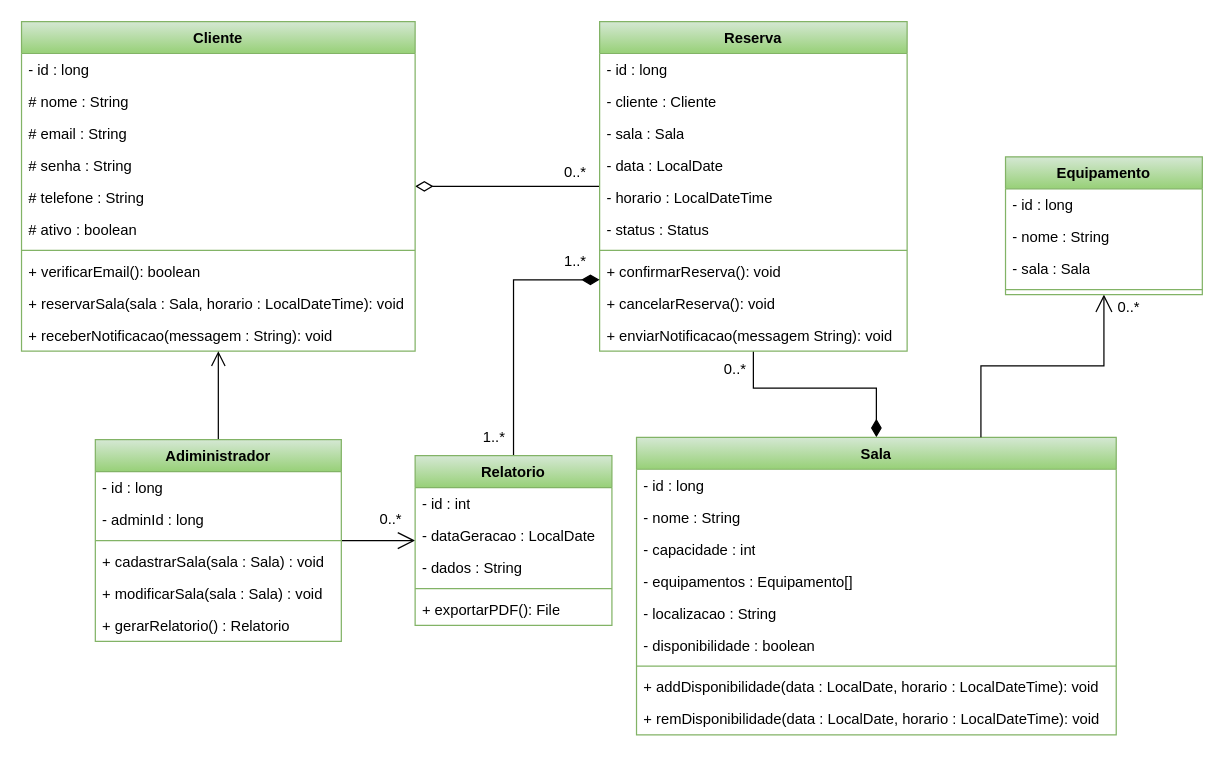
Earlier version of the draw.io diagram documentation/diagrams/DC.drawio (yohanDev6/rrsystem). Source tidied: cells renumbered, new cells numbered last; positions are measured from the earlier drawing's top-left corner, leaving out a move shared by most shapes. Both pictures are drawn from the tidied source at 123%, with x=0, y=0 at pixel (21, 21).
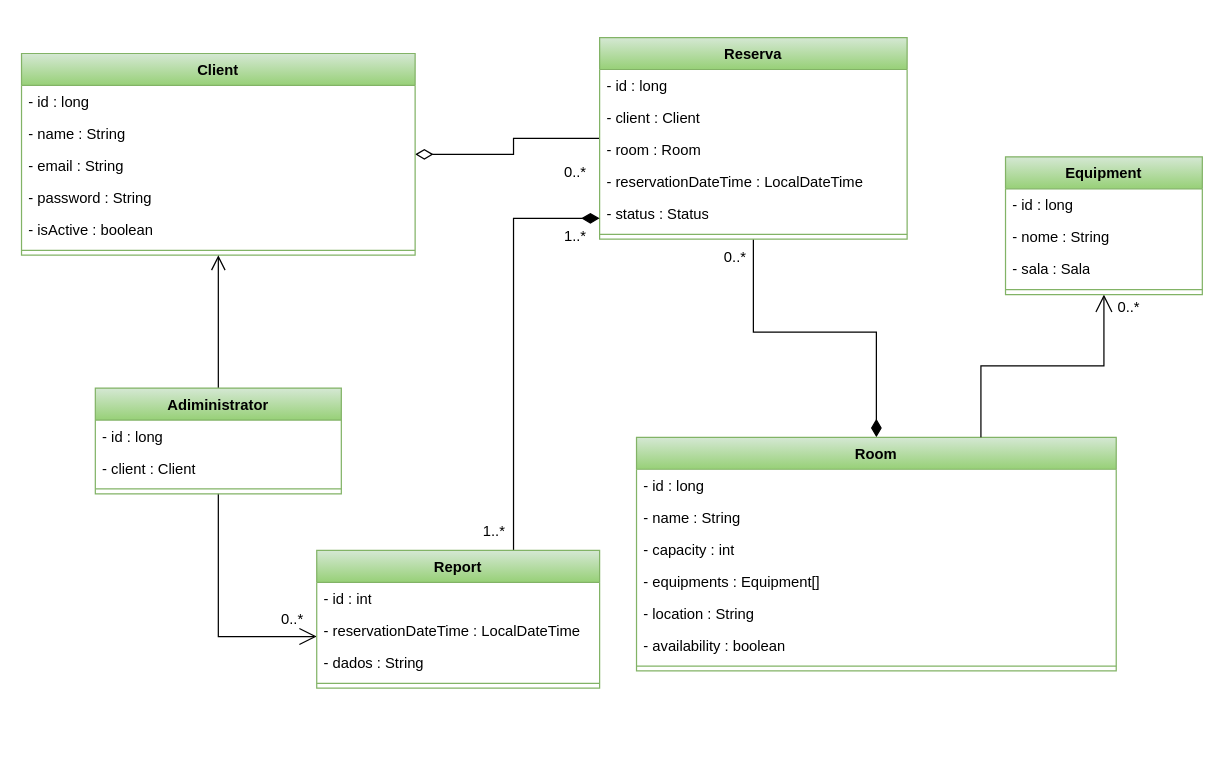
The same diagram, later.

The edit, as a diff of the source:
```diff
@@
-    <mxCell id="3" value="Cliente" style="swimlane;fontStyle=1;align=center;verticalAlign=top;horizontal=1;startSize=26;whiteSpace=wrap;html=1;fillColor=#d5e8d4;gradientColor=#97d077;strokeColor=#82b366;" parent="1" vertex="1">
-      <mxGeometry width="320" height="268" as="geometry" />
+    <mxCell id="3" value="Client" style="swimlane;fontStyle=1;align=center;verticalAlign=top;horizontal=1;startSize=26;whiteSpace=wrap;html=1;fillColor=#d5e8d4;gradientColor=#97d077;strokeColor=#82b366;" parent="1" vertex="1">
+      <mxGeometry y="26" width="320" height="164" as="geometry" />
     </mxCell>
@@
-    <mxCell id="5" value="# nome : String" style="text;strokeColor=none;fillColor=none;align=left;verticalAlign=top;spacingLeft=4;spacingRight=4;overflow=hidden;whiteSpace=wrap;html=1;" parent="3" vertex="1">
+    <mxCell id="5" value="- name : String" style="text;strokeColor=none;fillColor=none;align=left;verticalAlign=top;spacingLeft=4;spacingRight=4;overflow=hidden;whiteSpace=wrap;html=1;" parent="3" vertex="1">
       <mxGeometry y="52" width="320" height="26" as="geometry" />
     </mxCell>
-    <mxCell id="6" value="# email : String" style="text;strokeColor=none;fillColor=none;align=left;verticalAlign=top;spacingLeft=4;spacingRight=4;overflow=hidden;whiteSpace=wrap;html=1;" parent="3" vertex="1">
+    <mxCell id="6" value="- email : String" style="text;strokeColor=none;fillColor=none;align=left;verticalAlign=top;spacingLeft=4;spacingRight=4;overflow=hidden;whiteSpace=wrap;html=1;" parent="3" vertex="1">
       <mxGeometry y="78" width="320" height="26" as="geometry" />
     </mxCell>
-    <mxCell id="7" value="# senha : String" style="text;strokeColor=none;fillColor=none;align=left;verticalAlign=top;spacingLeft=4;spacingRight=4;overflow=hidden;whiteSpace=wrap;html=1;" parent="3" vertex="1">
+    <mxCell id="7" value="- password : String" style="text;strokeColor=none;fillColor=none;align=left;verticalAlign=top;spacingLeft=4;spacingRight=4;overflow=hidden;whiteSpace=wrap;html=1;" parent="3" vertex="1">
       <mxGeometry y="104" width="320" height="26" as="geometry" />
     </mxCell>
-    <mxCell id="8" value="# telefone : String" style="text;strokeColor=none;fillColor=none;align=left;verticalAlign=top;spacingLeft=4;spacingRight=4;overflow=hidden;whiteSpace=wrap;html=1;" parent="3" vertex="1">
-      <mxGeometry y="130" width="320" height="26" as="geometry" />
-    </mxCell>
-    <mxCell id="9" value="# ativo : boolean" style="text;strokeColor=none;fillColor=none;align=left;verticalAlign=top;spacingLeft=4;spacingRight=4;overflow=hidden;whiteSpace=wrap;html=1;" parent="3" vertex="1">
-      <mxGeometry y="156" width="320" height="26" as="geometry" />
+    <mxCell id="9" value="- isActive : boolean" style="text;strokeColor=none;fillColor=none;align=left;verticalAlign=top;spacingLeft=4;spacingRight=4;overflow=hidden;whiteSpace=wrap;html=1;" parent="3" vertex="1">
+      <mxGeometry y="130" width="320" height="26" as="geometry" />
     </mxCell>
     <mxCell id="10" style="line;strokeWidth=1;fillColor=none;align=left;verticalAlign=middle;spacingTop=-1;spacingLeft=3;spacingRight=3;labelPosition=right;strokeColor=inherit;" parent="3" vertex="1">
-      <mxGeometry y="182" width="320" height="8" as="geometry" />
+      <mxGeometry y="156" width="320" height="8" as="geometry" />
     </mxCell>
-    <mxCell id="11" value="+ verificarEmail(): boolean" style="text;strokeColor=none;fillColor=none;align=left;verticalAlign=top;spacingLeft=4;spacingRight=4;overflow=hidden;whiteSpace=wrap;html=1;" parent="3" vertex="1">
-      <mxGeometry y="190" width="320" height="26" as="geometry" />
-    </mxCell>
-    <mxCell id="12" value="+ reservarSala(sala : Sala, horario : LocalDateTime): void" style="text;strokeColor=none;fillColor=none;align=left;verticalAlign=top;spacingLeft=4;spacingRight=4;overflow=hidden;whiteSpace=wrap;html=1;" parent="3" vertex="1">
-      <mxGeometry y="216" width="320" height="26" as="geometry" />
-    </mxCell>
-    <mxCell id="13" value="+ receberNotificacao(messagem : String): void" style="text;strokeColor=none;fillColor=none;align=left;verticalAlign=top;spacingLeft=4;spacingRight=4;overflow=hidden;whiteSpace=wrap;html=1;" parent="3" vertex="1">
-      <mxGeometry y="242" width="320" height="26" as="geometry" />
-    </mxCell>
     <mxCell id="14" style="edgeStyle=orthogonalEdgeStyle;rounded=0;jettySize=auto;html=1;endArrow=open;endFill=0;endSize=12;" parent="1" edge="1" source="16" target="46">
-      <mxGeometry relative="1" as="geometry" />
+      <mxGeometry relative="1" as="geometry">
+        <Array as="points">
+          <mxPoint x="160" y="500" />
+        </Array>
+      </mxGeometry>
     </mxCell>
@@
-    <mxCell id="16" value="Adiministrador" style="swimlane;fontStyle=1;align=center;verticalAlign=top;horizontal=1;startSize=26;whiteSpace=wrap;html=1;fillColor=#d5e8d4;gradientColor=#97d077;strokeColor=#82b366;" parent="1" vertex="1">
-      <mxGeometry x="60" y="340" width="200" height="164" as="geometry" />
+    <mxCell id="16" value="Adiministrat&lt;span style=&quot;background-color: initial;&quot;&gt;or&lt;/span&gt;" style="swimlane;fontStyle=1;align=center;verticalAlign=top;horizontal=1;startSize=26;whiteSpace=wrap;html=1;fillColor=#d5e8d4;gradientColor=#97d077;strokeColor=#82b366;" parent="1" vertex="1">
+      <mxGeometry x="60" y="298" width="200" height="86" as="geometry" />
     </mxCell>
@@
-    <mxCell id="18" value="- adminId : long" style="text;strokeColor=none;fillColor=none;align=left;verticalAlign=top;spacingLeft=4;spacingRight=4;overflow=hidden;whiteSpace=wrap;html=1;" parent="16" vertex="1">
+    <mxCell id="18" value="- client : Client" style="text;strokeColor=none;fillColor=none;align=left;verticalAlign=top;spacingLeft=4;spacingRight=4;overflow=hidden;whiteSpace=wrap;html=1;" parent="16" vertex="1">
       <mxGeometry y="52" width="200" height="26" as="geometry" />
     </mxCell>
@@
-    <mxCell id="20" value="+ cadastrarSala(sala : Sala) : void" style="text;strokeColor=none;fillColor=none;align=left;verticalAlign=top;spacingLeft=4;spacingRight=4;overflow=hidden;whiteSpace=wrap;html=1;" parent="16" vertex="1">
-      <mxGeometry y="86" width="200" height="26" as="geometry" />
-    </mxCell>
-    <mxCell id="21" value="+ modificarSala(sala : Sala) : void" style="text;strokeColor=none;fillColor=none;align=left;verticalAlign=top;spacingLeft=4;spacingRight=4;overflow=hidden;whiteSpace=wrap;html=1;" parent="16" vertex="1">
-      <mxGeometry y="112" width="200" height="26" as="geometry" />
-    </mxCell>
-    <mxCell id="22" value="+ gerarRelatorio() : Relatorio" style="text;strokeColor=none;fillColor=none;align=left;verticalAlign=top;spacingLeft=4;spacingRight=4;overflow=hidden;whiteSpace=wrap;html=1;" parent="16" vertex="1">
-      <mxGeometry y="138" width="200" height="26" as="geometry" />
-    </mxCell>
@@
-    <mxCell id="24" value="Sala" style="swimlane;fontStyle=1;align=center;verticalAlign=top;horizontal=1;startSize=26;whiteSpace=wrap;html=1;fillColor=#d5e8d4;gradientColor=#97d077;strokeColor=#82b366;" parent="1" vertex="1">
-      <mxGeometry x="500" y="338" width="390" height="242" as="geometry" />
+    <mxCell id="24" value="Room" style="swimlane;fontStyle=1;align=center;verticalAlign=top;horizontal=1;startSize=26;whiteSpace=wrap;html=1;fillColor=#d5e8d4;gradientColor=#97d077;strokeColor=#82b366;" parent="1" vertex="1">
+      <mxGeometry x="500" y="338" width="390" height="190" as="geometry" />
     </mxCell>
@@
-    <mxCell id="26" value="- nome : String" style="text;strokeColor=none;fillColor=none;align=left;verticalAlign=top;spacingLeft=4;spacingRight=4;overflow=hidden;whiteSpace=wrap;html=1;" parent="24" vertex="1">
+    <mxCell id="26" value="- name : String" style="text;strokeColor=none;fillColor=none;align=left;verticalAlign=top;spacingLeft=4;spacingRight=4;overflow=hidden;whiteSpace=wrap;html=1;" parent="24" vertex="1">
       <mxGeometry y="52" width="390" height="26" as="geometry" />
     </mxCell>
-    <mxCell id="27" value="- capacidade : int" style="text;strokeColor=none;fillColor=none;align=left;verticalAlign=top;spacingLeft=4;spacingRight=4;overflow=hidden;whiteSpace=wrap;html=1;" parent="24" vertex="1">
+    <mxCell id="27" value="- capacity : int" style="text;strokeColor=none;fillColor=none;align=left;verticalAlign=top;spacingLeft=4;spacingRight=4;overflow=hidden;whiteSpace=wrap;html=1;" parent="24" vertex="1">
       <mxGeometry y="78" width="390" height="26" as="geometry" />
     </mxCell>
-    <mxCell id="28" value="- equipamentos : Equipamento[]" style="text;strokeColor=none;fillColor=none;align=left;verticalAlign=top;spacingLeft=4;spacingRight=4;overflow=hidden;whiteSpace=wrap;html=1;" parent="24" vertex="1">
+    <mxCell id="28" value="- equipments : Equipment[]" style="text;strokeColor=none;fillColor=none;align=left;verticalAlign=top;spacingLeft=4;spacingRight=4;overflow=hidden;whiteSpace=wrap;html=1;" parent="24" vertex="1">
       <mxGeometry y="104" width="390" height="26" as="geometry" />
     </mxCell>
-    <mxCell id="29" value="- localizacao : String" style="text;strokeColor=none;fillColor=none;align=left;verticalAlign=top;spacingLeft=4;spacingRight=4;overflow=hidden;whiteSpace=wrap;html=1;" parent="24" vertex="1">
+    <mxCell id="29" value="- location : String" style="text;strokeColor=none;fillColor=none;align=left;verticalAlign=top;spacingLeft=4;spacingRight=4;overflow=hidden;whiteSpace=wrap;html=1;" parent="24" vertex="1">
       <mxGeometry y="130" width="390" height="26" as="geometry" />
     </mxCell>
-    <mxCell id="30" value="- disponibilidade : boolean" style="text;strokeColor=none;fillColor=none;align=left;verticalAlign=top;spacingLeft=4;spacingRight=4;overflow=hidden;whiteSpace=wrap;html=1;" parent="24" vertex="1">
+    <mxCell id="30" value="- availability : boolean" style="text;strokeColor=none;fillColor=none;align=left;verticalAlign=top;spacingLeft=4;spacingRight=4;overflow=hidden;whiteSpace=wrap;html=1;" parent="24" vertex="1">
       <mxGeometry y="156" width="390" height="26" as="geometry" />
     </mxCell>
@@
-    <mxCell id="32" value="+ addDisponibilidade(data : LocalDate, horario : LocalDateTime): void" style="text;strokeColor=none;fillColor=none;align=left;verticalAlign=top;spacingLeft=4;spacingRight=4;overflow=hidden;whiteSpace=wrap;html=1;" parent="24" vertex="1">
-      <mxGeometry y="190" width="390" height="26" as="geometry" />
-    </mxCell>
-    <mxCell id="33" value="+ remDisponibilidade(data : LocalDate, horario : LocalDateTime): void" style="text;strokeColor=none;fillColor=none;align=left;verticalAlign=top;spacingLeft=4;spacingRight=4;overflow=hidden;whiteSpace=wrap;html=1;" parent="24" vertex="1">
-      <mxGeometry y="216" width="390" height="26" as="geometry" />
-    </mxCell>
     <mxCell id="34" value="Reserva" style="swimlane;fontStyle=1;align=center;verticalAlign=top;horizontal=1;startSize=26;whiteSpace=wrap;html=1;fillColor=#d5e8d4;gradientColor=#97d077;strokeColor=#82b366;" parent="1" vertex="1">
-      <mxGeometry x="470" width="250" height="268" as="geometry" />
+      <mxGeometry x="470" y="13" width="250" height="164" as="geometry" />
     </mxCell>
@@
-    <mxCell id="36" value="- cliente : Cliente" style="text;strokeColor=none;fillColor=none;align=left;verticalAlign=top;spacingLeft=4;spacingRight=4;overflow=hidden;whiteSpace=wrap;html=1;" parent="34" vertex="1">
+    <mxCell id="36" value="- client : Client" style="text;strokeColor=none;fillColor=none;align=left;verticalAlign=top;spacingLeft=4;spacingRight=4;overflow=hidden;whiteSpace=wrap;html=1;" parent="34" vertex="1">
       <mxGeometry y="52" width="250" height="26" as="geometry" />
     </mxCell>
-    <mxCell id="37" value="- sala : Sala" style="text;strokeColor=none;fillColor=none;align=left;verticalAlign=top;spacingLeft=4;spacingRight=4;overflow=hidden;whiteSpace=wrap;html=1;" parent="34" vertex="1">
+    <mxCell id="37" value="- room : Room" style="text;strokeColor=none;fillColor=none;align=left;verticalAlign=top;spacingLeft=4;spacingRight=4;overflow=hidden;whiteSpace=wrap;html=1;" parent="34" vertex="1">
       <mxGeometry y="78" width="250" height="26" as="geometry" />
     </mxCell>
-    <mxCell id="38" value="- data : LocalDate" style="text;strokeColor=none;fillColor=none;align=left;verticalAlign=top;spacingLeft=4;spacingRight=4;overflow=hidden;whiteSpace=wrap;html=1;" parent="34" vertex="1">
+    <mxCell id="38" value="- reservationDateTime : LocalDateTime" style="text;strokeColor=none;fillColor=none;align=left;verticalAlign=top;spacingLeft=4;spacingRight=4;overflow=hidden;whiteSpace=wrap;html=1;" parent="34" vertex="1">
       <mxGeometry y="104" width="250" height="26" as="geometry" />
     </mxCell>
-    <mxCell id="39" value="- horario : LocalDateTime" style="text;strokeColor=none;fillColor=none;align=left;verticalAlign=top;spacingLeft=4;spacingRight=4;overflow=hidden;whiteSpace=wrap;html=1;" parent="34" vertex="1">
-      <mxGeometry y="130" width="250" height="26" as="geometry" />
-    </mxCell>
     <mxCell id="40" value="- status : Status" style="text;strokeColor=none;fillColor=none;align=left;verticalAlign=top;spacingLeft=4;spacingRight=4;overflow=hidden;whiteSpace=wrap;html=1;" parent="34" vertex="1">
-      <mxGeometry y="156" width="250" height="26" as="geometry" />
+      <mxGeometry y="130" width="250" height="26" as="geometry" />
     </mxCell>
     <mxCell id="41" style="line;strokeWidth=1;fillColor=none;align=left;verticalAlign=middle;spacingTop=-1;spacingLeft=3;spacingRight=3;labelPosition=right;strokeColor=inherit;" parent="34" vertex="1">
-      <mxGeometry y="182" width="250" height="8" as="geometry" />
+      <mxGeometry y="156" width="250" height="8" as="geometry" />
     </mxCell>
-    <mxCell id="42" value="+ confirmarReserva(): void" style="text;strokeColor=none;fillColor=none;align=left;verticalAlign=top;spacingLeft=4;spacingRight=4;overflow=hidden;whiteSpace=wrap;html=1;" parent="34" vertex="1">
-      <mxGeometry y="190" width="250" height="26" as="geometry" />
-    </mxCell>
-    <mxCell id="43" value="+ cancelarReserva(): void" style="text;strokeColor=none;fillColor=none;align=left;verticalAlign=top;spacingLeft=4;spacingRight=4;overflow=hidden;whiteSpace=wrap;html=1;" parent="34" vertex="1">
-      <mxGeometry y="216" width="250" height="26" as="geometry" />
-    </mxCell>
-    <mxCell id="44" value="+ enviarNotificacao(messagem String): void" style="text;strokeColor=none;fillColor=none;align=left;verticalAlign=top;spacingLeft=4;spacingRight=4;overflow=hidden;whiteSpace=wrap;html=1;" parent="34" vertex="1">
-      <mxGeometry y="242" width="250" height="26" as="geometry" />
-    </mxCell>
     <mxCell id="45" style="edgeStyle=orthogonalEdgeStyle;rounded=0;jettySize=auto;html=1;endArrow=diamondThin;endFill=1;endSize=12;" parent="1" edge="1" source="46" target="34">
       <mxGeometry relative="1" as="geometry">
         <Array as="points">
-          <mxPoint x="400" y="210" />
+          <mxPoint x="400" y="160" />
         </Array>
       </mxGeometry>
     </mxCell>
-    <mxCell id="46" value="Relatorio" style="swimlane;fontStyle=1;align=center;verticalAlign=top;horizontal=1;startSize=26;whiteSpace=wrap;html=1;fillColor=#d5e8d4;gradientColor=#97d077;strokeColor=#82b366;" parent="1" vertex="1">
-      <mxGeometry x="320" y="353" width="160" height="138" as="geometry" />
+    <mxCell id="46" value="Report" style="swimlane;fontStyle=1;align=center;verticalAlign=top;horizontal=1;startSize=26;whiteSpace=wrap;html=1;fillColor=#d5e8d4;gradientColor=#97d077;strokeColor=#82b366;" parent="1" vertex="1">
+      <mxGeometry x="240" y="430" width="230" height="112" as="geometry" />
     </mxCell>
     <mxCell id="47" value="- id : int" style="text;strokeColor=none;fillColor=none;align=left;verticalAlign=top;spacingLeft=4;spacingRight=4;overflow=hidden;whiteSpace=wrap;html=1;" parent="46" vertex="1">
-      <mxGeometry y="26" width="160" height="26" as="geometry" />
+      <mxGeometry y="26" width="230" height="26" as="geometry" />
     </mxCell>
-    <mxCell id="48" value="- dataGeracao : LocalDate" style="text;strokeColor=none;fillColor=none;align=left;verticalAlign=top;spacingLeft=4;spacingRight=4;overflow=hidden;whiteSpace=wrap;html=1;" parent="46" vertex="1">
-      <mxGeometry y="52" width="160" height="26" as="geometry" />
+    <mxCell id="48" value="- reservationDateTime : LocalDateTime" style="text;strokeColor=none;fillColor=none;align=left;verticalAlign=top;spacingLeft=4;spacingRight=4;overflow=hidden;whiteSpace=wrap;html=1;" parent="46" vertex="1">
+      <mxGeometry y="52" width="230" height="26" as="geometry" />
     </mxCell>
     <mxCell id="49" value="- dados : String" style="text;strokeColor=none;fillColor=none;align=left;verticalAlign=top;spacingLeft=4;spacingRight=4;overflow=hidden;whiteSpace=wrap;html=1;" parent="46" vertex="1">
-      <mxGeometry y="78" width="160" height="26" as="geometry" />
+      <mxGeometry y="78" width="230" height="26" as="geometry" />
     </mxCell>
     <mxCell id="50" style="line;strokeWidth=1;fillColor=none;align=left;verticalAlign=middle;spacingTop=-1;spacingLeft=3;spacingRight=3;labelPosition=right;strokeColor=inherit;" parent="46" vertex="1">
-      <mxGeometry y="104" width="160" height="8" as="geometry" />
+      <mxGeometry y="104" width="230" height="8" as="geometry" />
     </mxCell>
-    <mxCell id="51" value="+ exportarPDF(): File" style="text;strokeColor=none;fillColor=none;align=left;verticalAlign=top;spacingLeft=4;spacingRight=4;overflow=hidden;whiteSpace=wrap;html=1;" parent="46" vertex="1">
-      <mxGeometry y="112" width="160" height="26" as="geometry" />
-    </mxCell>
@@
     <mxCell id="53" value="0..*" style="text;html=1;align=center;verticalAlign=middle;strokeColor=none;fillColor=none;" parent="1" vertex="1">
-      <mxGeometry x="560" y="268" width="40" height="30" as="geometry" />
+      <mxGeometry x="560" y="177" width="40" height="30" as="geometry" />
     </mxCell>
     <mxCell id="54" value="0..*" style="text;html=1;align=center;verticalAlign=middle;strokeColor=none;fillColor=none;" parent="1" vertex="1">
-      <mxGeometry x="280" y="390" width="40" height="30" as="geometry" />
+      <mxGeometry x="200" y="471" width="40" height="30" as="geometry" />
     </mxCell>
     <mxCell id="55" value="1..*" style="text;html=1;align=center;verticalAlign=middle;strokeColor=none;fillColor=none;" parent="1" vertex="1">
-      <mxGeometry x="430" y="180" width="40" height="30" as="geometry" />
+      <mxGeometry x="430" y="160" width="40" height="30" as="geometry" />
     </mxCell>
     <mxCell id="56" value="1..*" style="text;html=1;align=center;verticalAlign=middle;strokeColor=none;fillColor=none;" parent="1" vertex="1">
-      <mxGeometry x="364" y="323" width="40" height="30" as="geometry" />
+      <mxGeometry x="364" y="400" width="40" height="30" as="geometry" />
     </mxCell>
@@
-    <mxCell id="58" value="Equipamento" style="swimlane;fontStyle=1;align=center;verticalAlign=top;horizontal=1;startSize=26;whiteSpace=wrap;html=1;fillColor=#d5e8d4;gradientColor=#97d077;strokeColor=#82b366;" parent="1" vertex="1">
+    <mxCell id="58" value="Equipment" style="swimlane;fontStyle=1;align=center;verticalAlign=top;horizontal=1;startSize=26;whiteSpace=wrap;html=1;fillColor=#d5e8d4;gradientColor=#97d077;strokeColor=#82b366;" parent="1" vertex="1">
       <mxGeometry x="800" y="110" width="160" height="112" as="geometry" />
     </mxCell>
```
